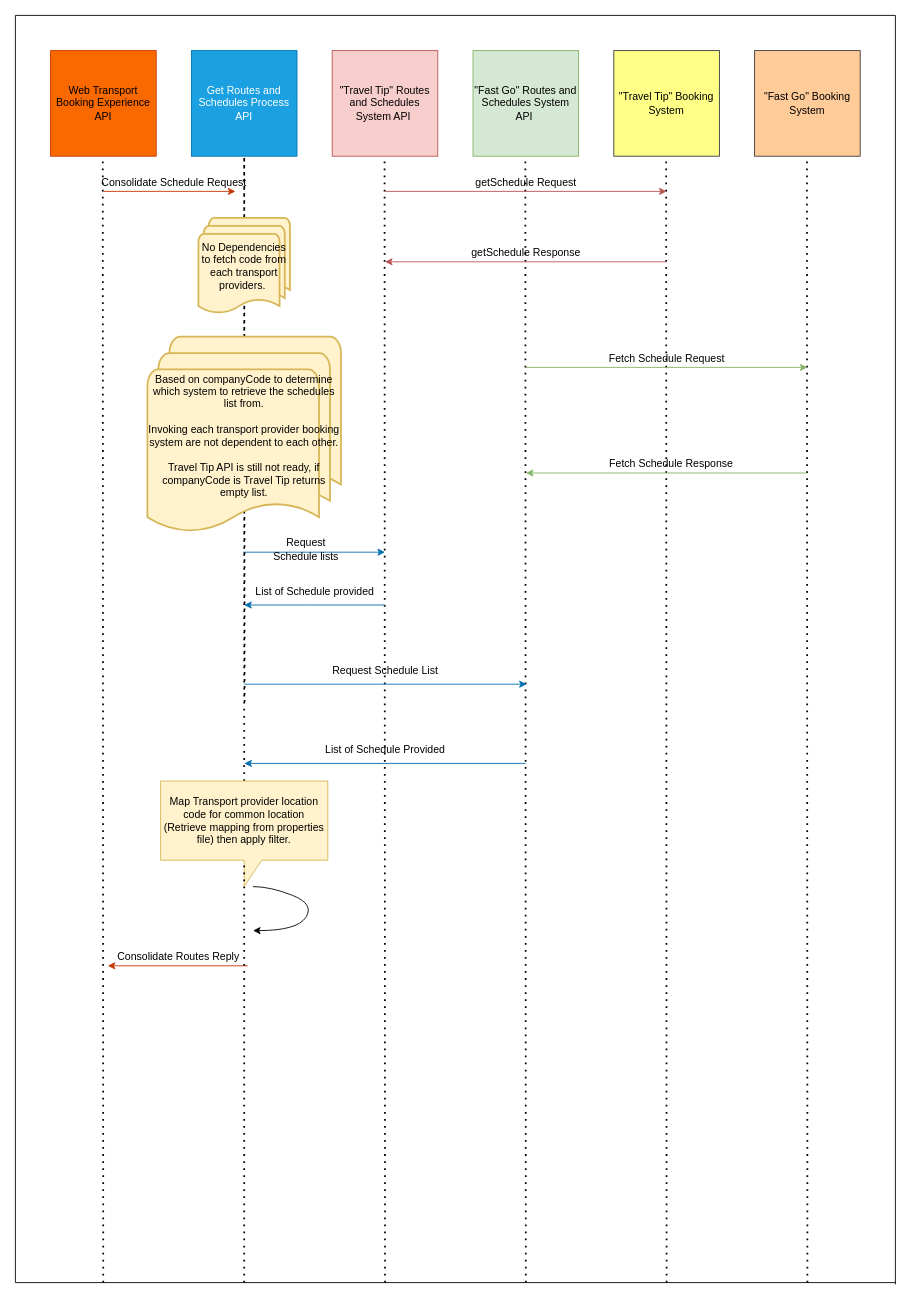
busugu2018/TripEasy keeps this draw.io diagram as Web App Sequence Diagram scedules.drawio. Above is the earlier version. Source tidied: cells renumbered, new cells numbered last; positions are measured from the earlier drawing's top-left corner, leaving out a move shared by most shapes. Both pictures are drawn from the tidied source at 88%, with x=0, y=0 at pixel (15, 15).
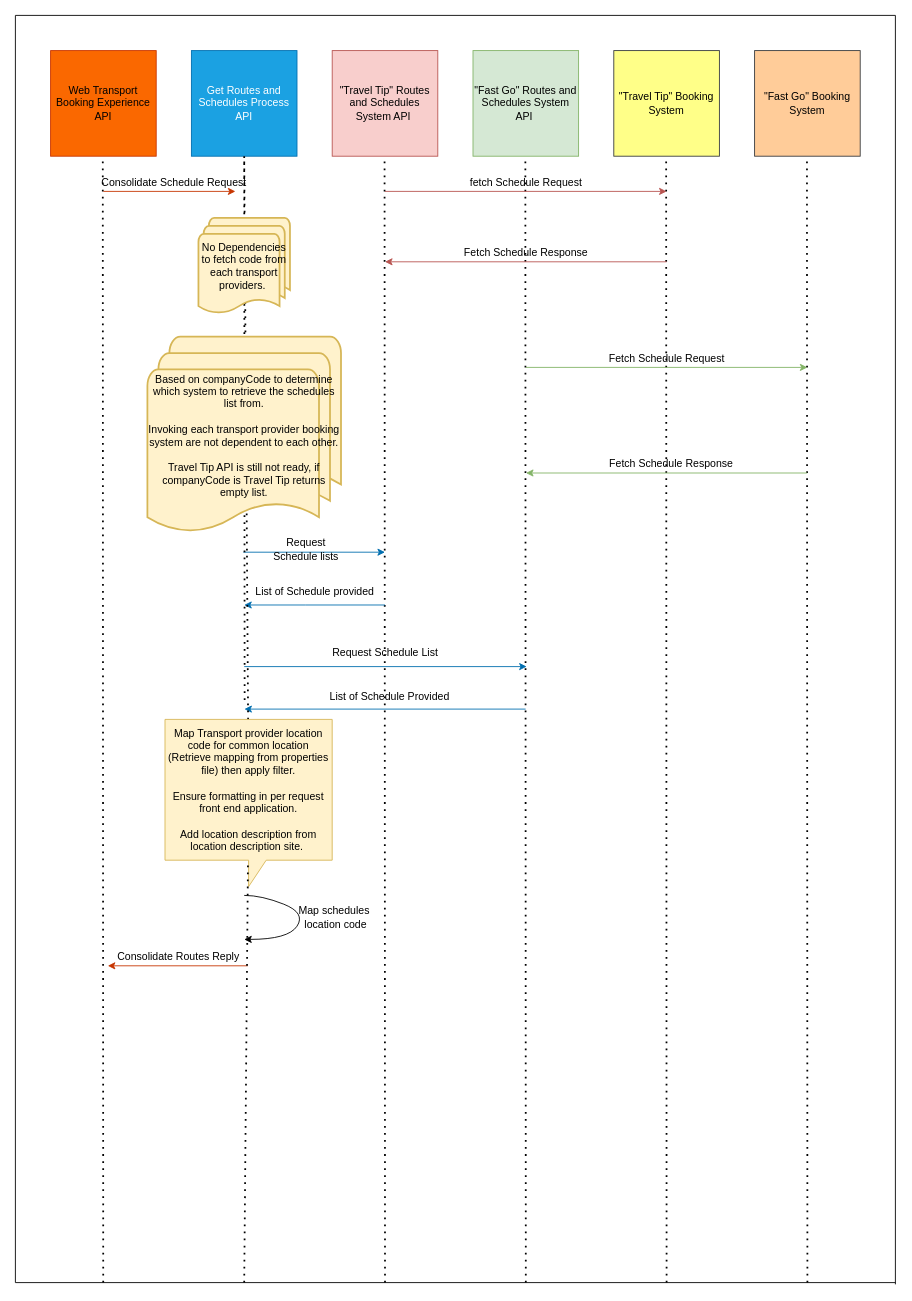
The same page after the edit.

What changed in the source:
```diff
@@
     <mxCell id="20" style="endArrow=classic;html=1;rounded=0;fillColor=#1ba1e2;strokeColor=#006EAF;" parent="1" edge="1">
       <mxGeometry relative="1" as="geometry">
-        <mxPoint x="260" y="760" as="sourcePoint" />
-        <mxPoint x="581" y="760" as="targetPoint" />
+        <mxPoint x="260" y="740" as="sourcePoint" />
+        <mxPoint x="581" y="740" as="targetPoint" />
       </mxGeometry>
     </mxCell>
@@
     <mxCell id="24" style="endArrow=classic;html=1;rounded=0;fillColor=#1ba1e2;strokeColor=#006EAF;" parent="1" edge="1">
       <mxGeometry relative="1" as="geometry">
-        <mxPoint x="579.8" y="850" as="sourcePoint" />
-        <mxPoint x="260.2" y="850" as="targetPoint" />
+        <mxPoint x="579.8" y="788.3" as="sourcePoint" />
+        <mxPoint x="260.2" y="788.3" as="targetPoint" />
       </mxGeometry>
     </mxCell>
@@
     <mxCell id="31" value="Request Schedule List" style="text;html=1;align=center;verticalAlign=middle;strokeColor=none;fillColor=none;" parent="1" vertex="1">
-      <mxGeometry x="350" y="730" width="140" height="30" as="geometry" />
+      <mxGeometry x="350" y="710" width="140" height="30" as="geometry" />
     </mxCell>
-    <mxCell id="32" value="getSchedule Request" style="text;html=1;align=center;verticalAlign=middle;strokeColor=none;fillColor=none;" parent="1" vertex="1">
-      <mxGeometry x="510" y="175" width="140" height="30" as="geometry" />
+    <mxCell id="32" value="fetch Schedule Request" style="text;html=1;align=center;verticalAlign=middle;strokeColor=none;fillColor=none;" parent="1" vertex="1">
+      <mxGeometry x="505" y="175" width="150" height="30" as="geometry" />
     </mxCell>
-    <mxCell id="33" value="getSchedule Response" style="text;html=1;align=center;verticalAlign=middle;strokeColor=none;fillColor=none;" parent="1" vertex="1">
-      <mxGeometry x="505" y="255" width="150" height="30" as="geometry" />
+    <mxCell id="33" value="Fetch Schedule Response" style="text;html=1;align=center;verticalAlign=middle;strokeColor=none;fillColor=none;" parent="1" vertex="1">
+      <mxGeometry x="500" y="255" width="160" height="30" as="geometry" />
     </mxCell>
@@
     <mxCell id="36" style="curved=1;endArrow=classic;html=1;rounded=0;" parent="1" edge="1">
       <mxGeometry relative="1" as="geometry">
-        <mxPoint x="270" y="990" as="sourcePoint" />
-        <mxPoint x="270" y="1040" as="targetPoint" />
+        <mxPoint x="260" y="1000" as="sourcePoint" />
+        <mxPoint x="260" y="1050" as="targetPoint" />
         <Array as="points">
-          <mxPoint x="290" y="990" />
-          <mxPoint x="340" y="1010" />
-          <mxPoint x="320" y="1040" />
+          <mxPoint x="280" y="1000" />
+          <mxPoint x="330" y="1020" />
+          <mxPoint x="310" y="1050" />
         </Array>
       </mxGeometry>
     </mxCell>
@@
     <mxCell id="38" value="List of Schedule Provided" style="text;html=1;align=center;verticalAlign=middle;strokeColor=none;fillColor=none;" parent="1" vertex="1">
-      <mxGeometry x="340" y="820" width="160" height="30" as="geometry" />
+      <mxGeometry x="345" y="760" width="160" height="30" as="geometry" />
     </mxCell>
@@
-    <mxCell id="42" value="Map Transport provider location code for common location (Retrieve mapping from properties file) then apply filter." style="shape=callout;whiteSpace=wrap;html=1;perimeter=calloutPerimeter;align=center;fillColor=#fff2cc;strokeColor=#d6b656;" parent="1" vertex="1">
-      <mxGeometry x="165" y="870" width="190" height="120" as="geometry" />
+    <mxCell id="42" value="Map Transport provider location code for common location (Retrieve mapping from properties file) then apply filter.&lt;br&gt;&lt;br&gt;Ensure formatting in per request front end application.&lt;br&gt;&lt;br&gt;Add location description from location description site.&amp;nbsp;&lt;br&gt;" style="shape=callout;whiteSpace=wrap;html=1;perimeter=calloutPerimeter;align=center;fillColor=#fff2cc;strokeColor=#d6b656;" parent="1" vertex="1">
+      <mxGeometry x="170" y="800" width="190" height="190" as="geometry" />
     </mxCell>
@@
+    <mxCell id="44" value="Map schedules&lt;br&gt;&amp;nbsp;location code" style="text;html=1;align=center;verticalAlign=middle;strokeColor=none;fillColor=none;" parent="1" vertex="1">
+      <mxGeometry x="312" y="1005" width="100" height="40" as="geometry" />
+    </mxCell>
```
